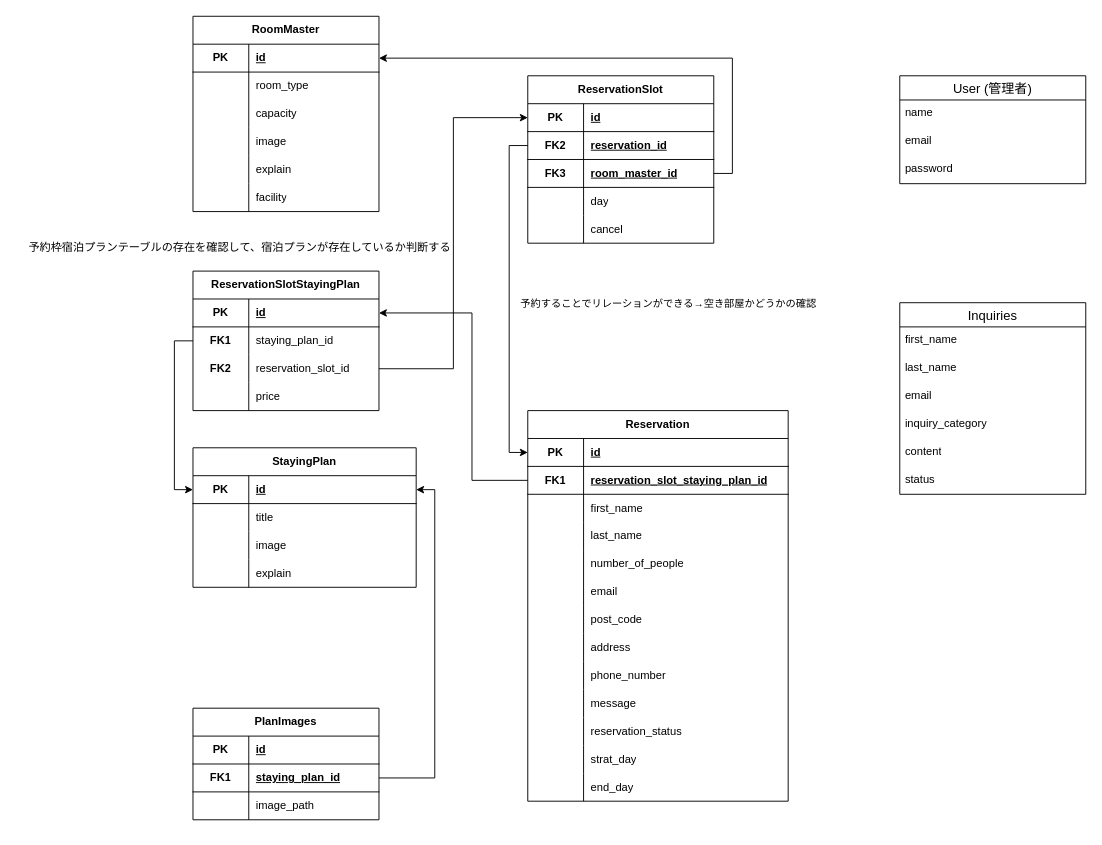
This is ER図.drawio from your-school/reserve, a draw.io file, before an edit. Source tidied: cells renumbered, new cells numbered last; positions are measured from the earlier drawing's top-left corner, leaving out a move shared by most shapes. Both pictures are drawn from the tidied source at 93%, with x=0, y=0 at pixel (16, 16).
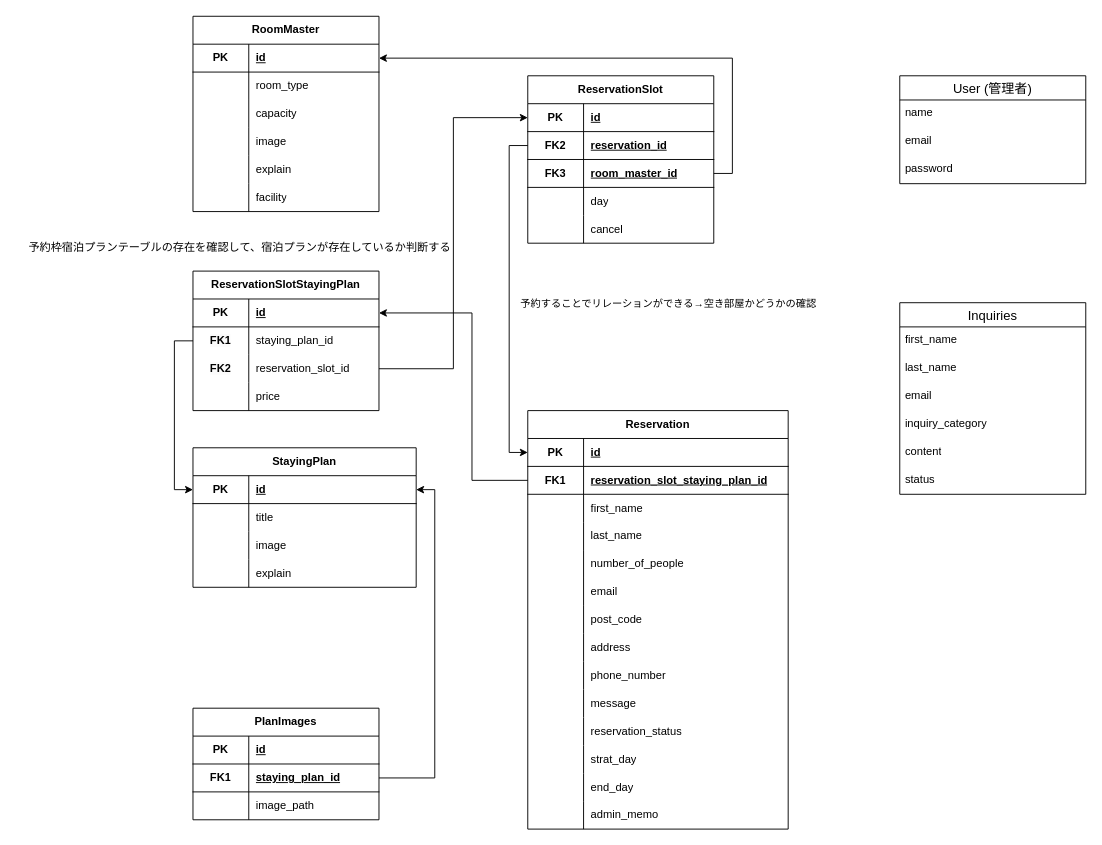
The same diagram, later.

Commit message:
ER図.drawio を更新します

Change to the diagram source:
```diff
@@
     <mxCell id="2" value="Reservation" style="shape=table;startSize=30;childLayout=tableLayout;rowLines=0;fontStyle=1;align=center;html=1;whiteSpace=wrap;" parent="1" vertex="1">
-      <mxGeometry x="550" y="424" width="280" height="420" as="geometry" />
+      <mxGeometry x="550" y="424" width="280" height="450" as="geometry" />
     </mxCell>
@@
+    <mxCell id="132" style="shape=tableRow;horizontal=0;startSize=0;swimlaneHead=0;swimlaneBody=0;fillColor=none;top=0;left=0;right=0;bottom=0;html=1;" parent="2" vertex="1">
+      <mxGeometry y="390" width="280" height="30" as="geometry" />
+    </mxCell>
+    <mxCell id="133" style="shape=partialRectangle;fillColor=none;top=0;left=0;bottom=0;right=0;overflow=hidden;html=1;whiteSpace=wrap;" parent="132" vertex="1">
+      <mxGeometry width="60" height="30" as="geometry" />
+    </mxCell>
+    <mxCell id="134" value="end_day" style="shape=partialRectangle;fillColor=none;top=0;left=0;bottom=0;right=0;align=left;spacingLeft=6;overflow=hidden;html=1;whiteSpace=wrap;" parent="132" vertex="1">
+      <mxGeometry x="60" width="220" height="30" as="geometry" />
+    </mxCell>
     <mxCell id="39" style="shape=tableRow;horizontal=0;startSize=0;swimlaneHead=0;swimlaneBody=0;fillColor=none;top=0;left=0;right=0;bottom=0;html=1;" parent="2" vertex="1">
-      <mxGeometry y="390" width="280" height="30" as="geometry" />
+      <mxGeometry y="420" width="280" height="30" as="geometry" />
     </mxCell>
@@
-    <mxCell id="41" value="end_day" style="shape=partialRectangle;fillColor=none;top=0;left=0;bottom=0;right=0;align=left;spacingLeft=6;overflow=hidden;html=1;whiteSpace=wrap;" parent="39" vertex="1">
+    <mxCell id="41" value="admin_memo" style="shape=partialRectangle;fillColor=none;top=0;left=0;bottom=0;right=0;align=left;spacingLeft=6;overflow=hidden;html=1;whiteSpace=wrap;" parent="39" vertex="1">
       <mxGeometry x="60" width="220" height="30" as="geometry" />
     </mxCell>
```
